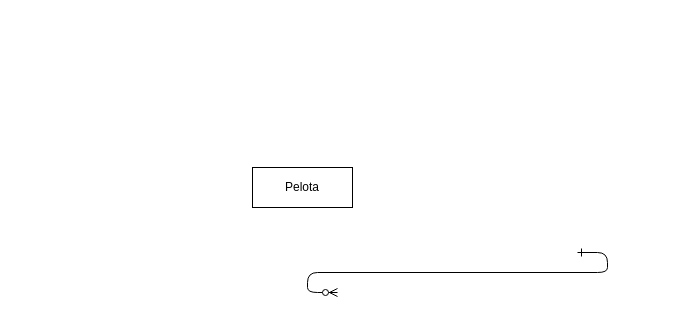
Earlier version of the draw.io diagram GBD/Diagrama sin título.drawio (poliestireno/ASIR1_2627). Source tidied: cells renumbered, new cells numbered last; positions are measured from the earlier drawing's top-left corner, leaving out a move shared by most shapes. Both pictures are drawn from the tidied source at 100%, with x=0, y=0 at pixel (252, 167).
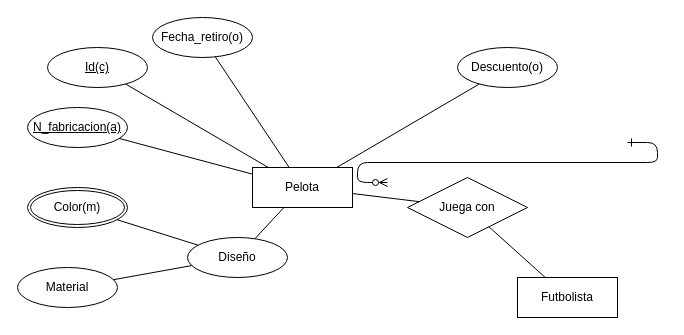
After the change.

The change refers to these unchanged cells:
```xml
<mxCell id="3" value="Pelota" style="whiteSpace=wrap;html=1;align=center;" parent="1" vertex="1">
  <mxGeometry width="100" height="40" as="geometry" />
</mxCell>
```

What changed in the source:
```diff
@@
     <mxCell id="2" style="edgeStyle=entityRelationEdgeStyle;endArrow=ERzeroToMany;startArrow=ERone;endFill=1;startFill=0;" parent="1" edge="1">
       <mxGeometry relative="1" as="geometry">
-        <mxPoint x="325" y="85" as="sourcePoint" />
-        <mxPoint x="85" y="125" as="targetPoint" />
+        <mxPoint x="375" y="-25" as="sourcePoint" />
+        <mxPoint x="135" y="15" as="targetPoint" />
       </mxGeometry>
     </mxCell>
@@
+    <mxCell id="4" value="Material" style="ellipse;whiteSpace=wrap;html=1;align=center;" parent="1" vertex="1">
+      <mxGeometry x="-235" y="100" width="100" height="40" as="geometry" />
+    </mxCell>
+    <mxCell id="5" style="endArrow=none;html=1;rounded=0;" parent="1" edge="1" source="4" target="16">
+      <mxGeometry relative="1" as="geometry" />
+    </mxCell>
+    <mxCell id="6" value="Id(c)" style="ellipse;whiteSpace=wrap;html=1;align=center;fontStyle=4;" parent="1" vertex="1">
+      <mxGeometry x="-205" y="-120" width="100" height="40" as="geometry" />
+    </mxCell>
+    <mxCell id="7" style="endArrow=none;html=1;rounded=0;" parent="1" edge="1" source="6" target="3">
+      <mxGeometry relative="1" as="geometry" />
+    </mxCell>
+    <mxCell id="8" value="N_fabricacion(a)" style="ellipse;whiteSpace=wrap;html=1;align=center;fontStyle=20;" parent="1" vertex="1">
+      <mxGeometry x="-225" y="-60" width="100" height="40" as="geometry" />
+    </mxCell>
+    <mxCell id="9" style="endArrow=none;html=1;rounded=0;" parent="1" edge="1" source="8" target="3">
+      <mxGeometry relative="1" as="geometry" />
+    </mxCell>
+    <mxCell id="10" value="Color(m)" style="ellipse;shape=doubleEllipse;margin=3;whiteSpace=wrap;html=1;align=center;" parent="1" vertex="1">
+      <mxGeometry x="-225" y="20" width="100" height="40" as="geometry" />
+    </mxCell>
+    <mxCell id="11" style="endArrow=none;html=1;rounded=0;" parent="1" edge="1" source="10" target="16">
+      <mxGeometry relative="1" as="geometry" />
+    </mxCell>
+    <mxCell id="12" value="Fecha_retiro(o)" style="ellipse;whiteSpace=wrap;html=1;align=center;" parent="1" vertex="1">
+      <mxGeometry x="-100" y="-150" width="100" height="40" as="geometry" />
+    </mxCell>
+    <mxCell id="13" style="endArrow=none;html=1;rounded=0;" parent="1" edge="1" source="12" target="3">
+      <mxGeometry relative="1" as="geometry" />
+    </mxCell>
+    <mxCell id="14" value="Descuento(o)" style="ellipse;whiteSpace=wrap;html=1;align=center;" parent="1" vertex="1">
+      <mxGeometry x="205" y="-120" width="100" height="40" as="geometry" />
+    </mxCell>
+    <mxCell id="15" style="endArrow=none;html=1;rounded=0;" parent="1" edge="1" source="3" target="14">
+      <mxGeometry relative="1" as="geometry" />
+    </mxCell>
+    <mxCell id="16" value="Di&lt;span style=&quot;background-color: transparent; color: light-dark(#000000, var(--ge-light-color, #ffffff));&quot;&gt;seño&lt;/span&gt;" style="ellipse;whiteSpace=wrap;html=1;align=center;" parent="1" vertex="1">
+      <mxGeometry x="-65" y="70" width="100" height="40" as="geometry" />
+    </mxCell>
+    <mxCell id="17" style="endArrow=none;html=1;rounded=0;" parent="1" edge="1" source="3" target="16">
+      <mxGeometry relative="1" as="geometry" />
+    </mxCell>
+    <mxCell id="18" value="Futbolista" style="whiteSpace=wrap;html=1;align=center;" parent="1" vertex="1">
+      <mxGeometry x="265" y="110" width="100" height="40" as="geometry" />
+    </mxCell>
+    <mxCell id="19" value="Juega con" style="shape=rhombus;perimeter=rhombusPerimeter;whiteSpace=wrap;html=1;align=center;" parent="1" vertex="1">
+      <mxGeometry x="155" y="10" width="120" height="60" as="geometry" />
+    </mxCell>
+    <mxCell id="20" style="endArrow=none;html=1;rounded=0;" parent="1" edge="1" source="3" target="19">
+      <mxGeometry relative="1" as="geometry" />
+    </mxCell>
+    <mxCell id="21" style="endArrow=none;html=1;rounded=0;" parent="1" edge="1" source="19" target="18">
+      <mxGeometry relative="1" as="geometry" />
+    </mxCell>
```
